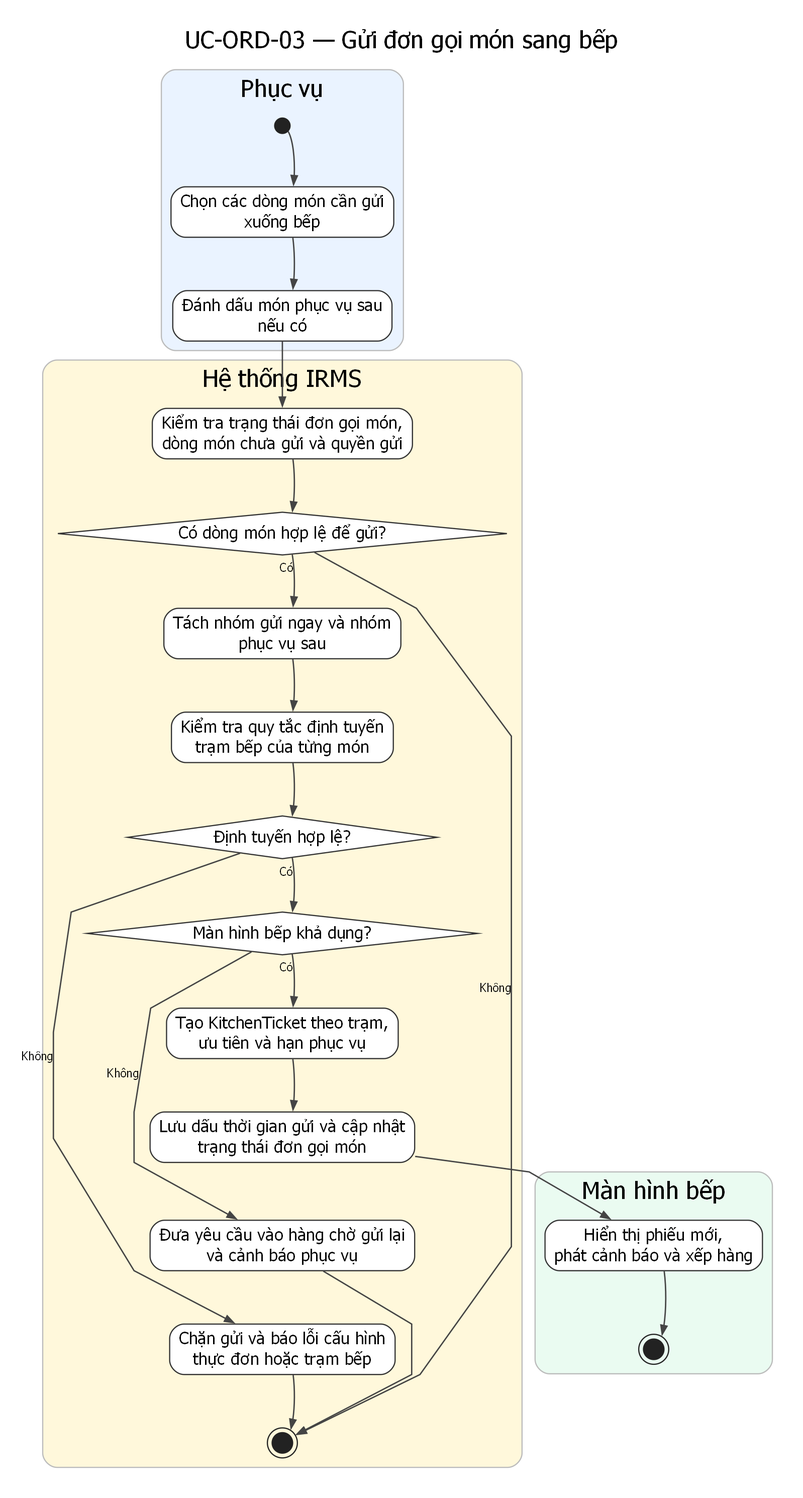
This is assets/diagrams/rendered/activity/uc-ord-03-send-order-to-kitchen.png from lehoangluan1/SA_IRMS, a Graphviz export, as it was before one commit. Its source is kept beside it as assets/diagrams/source/activity/uc-ord-03-send-order-to-kitchen.dot.
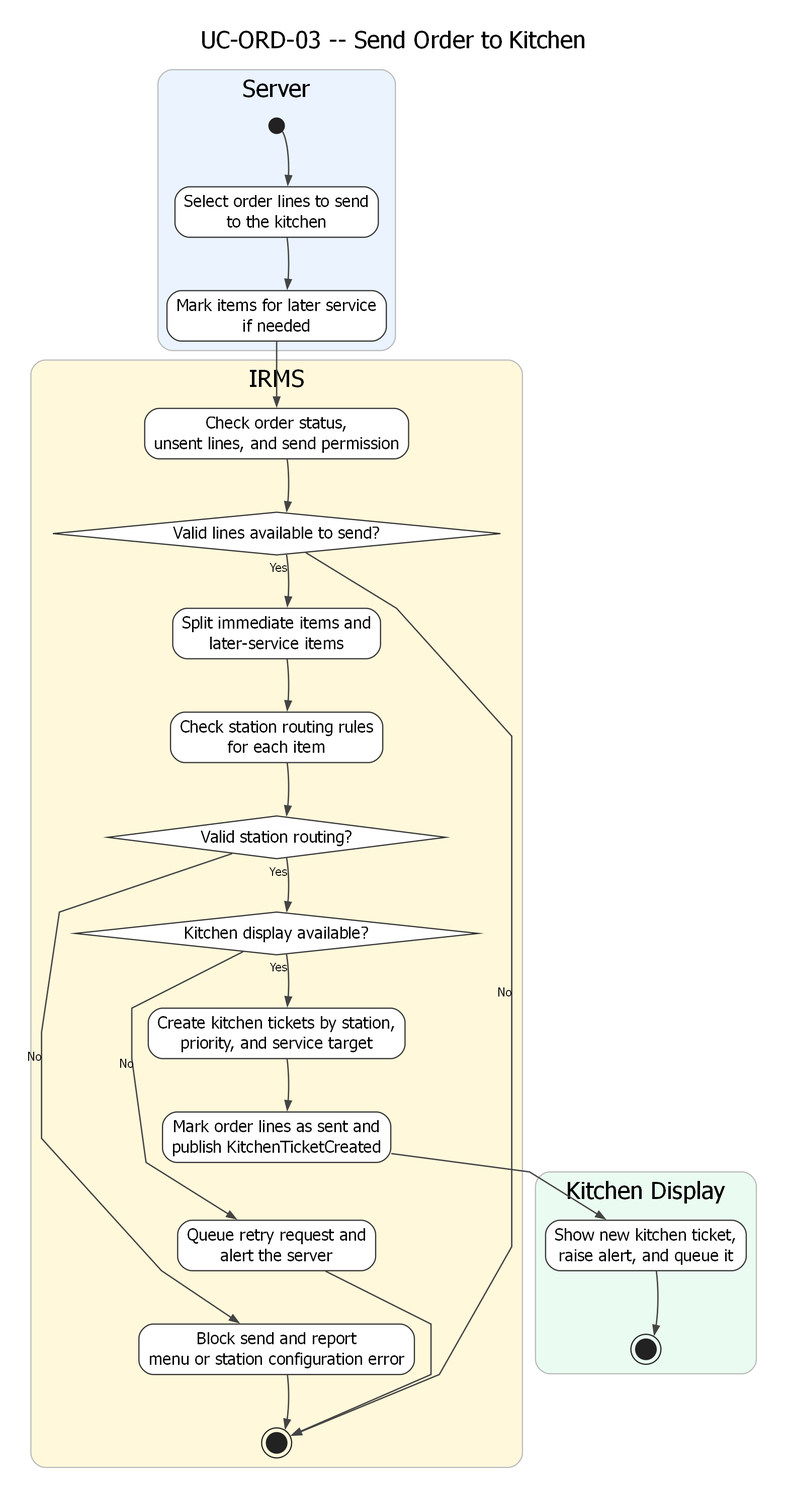
The same diagram one commit later.

What changed in the source:
```diff
@@ -2,32 +2,32 @@
   graph [rankdir=TB, newrank=true, splines=polyline, nodesep=0.38, ranksep=0.62, pad=0.25, dpi=170, bgcolor="white", fontname="DejaVu Sans"];
   node [fontname="DejaVu Sans"];
   edge [fontname="DejaVu Sans", fontsize=10, color="#444444", penwidth=1.15, arrowsize=0.75];
-  labelloc="t"; labeljust="c"; fontsize=20; fontname="DejaVu Sans"; label="UC-ORD-03 — Gửi đơn gọi món sang bếp";
+  labelloc="t"; labeljust="c"; fontsize=20; fontname="DejaVu Sans"; label="UC-ORD-03 -- Send Order to Kitchen";
 
   subgraph cluster_l1 {
     style="rounded,filled";
     fillcolor="#EAF3FF"; color="#BBBBBB";
-    label="Phục vụ";
+    label="Server";
     n0 [shape=circle, label="", width=0.18, height=0.18, fixedsize=true, style=filled, fillcolor="#222222", color="#222222"];
-    n1 [label="Chọn các dòng món cần gửi\nxuống bếp", shape=rect, style="rounded,filled", fillcolor="white", color="#333333"];
-    n2 [label="Đánh dấu món phục vụ sau\nnếu có", shape=rect, style="rounded,filled", fillcolor="white", color="#333333"];
+    n1 [label="Select order lines to send\nto the kitchen", shape=rect, style="rounded,filled", fillcolor="white", color="#333333"];
+    n2 [label="Mark items for later service\nif needed", shape=rect, style="rounded,filled", fillcolor="white", color="#333333"];
     n0 -> n1 -> n2 [style=invis, weight=20];
   }
 
   subgraph cluster_l2 {
     style="rounded,filled";
     fillcolor="#FFF8DB"; color="#BBBBBB";
-    label="Hệ thống IRMS";
-    n3 [label="Kiểm tra trạng thái đơn gọi món,\ndòng món chưa gửi và quyền gửi", shape=rect, style="rounded,filled", fillcolor="white", color="#333333"];
-    n4 [label="Có dòng món hợp lệ để gửi?", shape=diamond, style="filled", fillcolor="white", color="#333333"];
-    n5 [label="Tách nhóm gửi ngay và nhóm\nphục vụ sau", shape=rect, style="rounded,filled", fillcolor="white", color="#333333"];
-    n6 [label="Kiểm tra quy tắc định tuyến\ntrạm bếp của từng món", shape=rect, style="rounded,filled", fillcolor="white", color="#333333"];
-    n7 [label="Định tuyến hợp lệ?", shape=diamond, style="filled", fillcolor="white", color="#333333"];
-    n8 [label="Màn hình bếp khả dụng?", shape=diamond, style="filled", fillcolor="white", color="#333333"];
-    n9 [label="Tạo KitchenTicket theo trạm,\nưu tiên và hạn phục vụ", shape=rect, style="rounded,filled", fillcolor="white", color="#333333"];
-    n10 [label="Lưu dấu thời gian gửi và cập nhật\ntrạng thái đơn gọi món", shape=rect, style="rounded,filled", fillcolor="white", color="#333333"];
-    n11 [label="Đưa yêu cầu vào hàng chờ gửi lại\nvà cảnh báo phục vụ", shape=rect, style="rounded,filled", fillcolor="white", color="#333333"];
-    n12 [label="Chặn gửi và báo lỗi cấu hình\nthực đơn hoặc trạm bếp", shape=rect, style="rounded,filled", fillcolor="white", color="#333333"];
+    label="IRMS";
+    n3 [label="Check order status,\nunsent lines, and send permission", shape=rect, style="rounded,filled", fillcolor="white", color="#333333"];
+    n4 [label="Valid lines available to send?", shape=diamond, style="filled", fillcolor="white", color="#333333"];
+    n5 [label="Split immediate items and\nlater-service items", shape=rect, style="rounded,filled", fillcolor="white", color="#333333"];
+    n6 [label="Check station routing rules\nfor each item", shape=rect, style="rounded,filled", fillcolor="white", color="#333333"];
+    n7 [label="Valid station routing?", shape=diamond, style="filled", fillcolor="white", color="#333333"];
+    n8 [label="Kitchen display available?", shape=diamond, style="filled", fillcolor="white", color="#333333"];
+    n9 [label="Create kitchen tickets by station,\npriority, and service target", shape=rect, style="rounded,filled", fillcolor="white", color="#333333"];
+    n10 [label="Mark order lines as sent and\npublish KitchenTicketCreated", shape=rect, style="rounded,filled", fillcolor="white", color="#333333"];
+    n11 [label="Queue retry request and\nalert the server", shape=rect, style="rounded,filled", fillcolor="white", color="#333333"];
+    n12 [label="Block send and report\nmenu or station configuration error", shape=rect, style="rounded,filled", fillcolor="white", color="#333333"];
     n13 [shape=doublecircle, label="", width=0.24, height=0.24, fixedsize=true, style=filled, fillcolor="#222222", color="#222222"];
     n3 -> n4 -> n5 -> n6 -> n7 -> n8 -> n9 -> n10 -> n11 -> n12 -> n13 [style=invis, weight=20];
   }
@@ -35,8 +35,8 @@
   subgraph cluster_l3 {
     style="rounded,filled";
     fillcolor="#EAFBF1"; color="#BBBBBB";
-    label="Màn hình bếp";
-    n14 [label="Hiển thị phiếu mới,\nphát cảnh báo và xếp hàng", shape=rect, style="rounded,filled", fillcolor="white", color="#333333"];
+    label="Kitchen Display";
+    n14 [label="Show new kitchen ticket,\nraise alert, and queue it", shape=rect, style="rounded,filled", fillcolor="white", color="#333333"];
     n15 [shape=doublecircle, label="", width=0.24, height=0.24, fixedsize=true, style=filled, fillcolor="#222222", color="#222222"];
     n14 -> n15 [style=invis, weight=20];
   }
@@ -45,14 +45,14 @@
   n1 -> n2;
   n2 -> n3;
   n3 -> n4;
-  n4 -> n5 [xlabel="Có"];
-  n4 -> n13 [xlabel="Không"];
+  n4 -> n5 [xlabel="Yes"];
+  n4 -> n13 [xlabel="No"];
   n5 -> n6;
   n6 -> n7;
-  n7 -> n8 [xlabel="Có"];
-  n7 -> n12 [xlabel="Không"];
-  n8 -> n9 [xlabel="Có"];
-  n8 -> n11 [xlabel="Không"];
+  n7 -> n8 [xlabel="Yes"];
+  n7 -> n12 [xlabel="No"];
+  n8 -> n9 [xlabel="Yes"];
+  n8 -> n11 [xlabel="No"];
   n9 -> n10;
   n10 -> n14;
   n14 -> n15;
```
